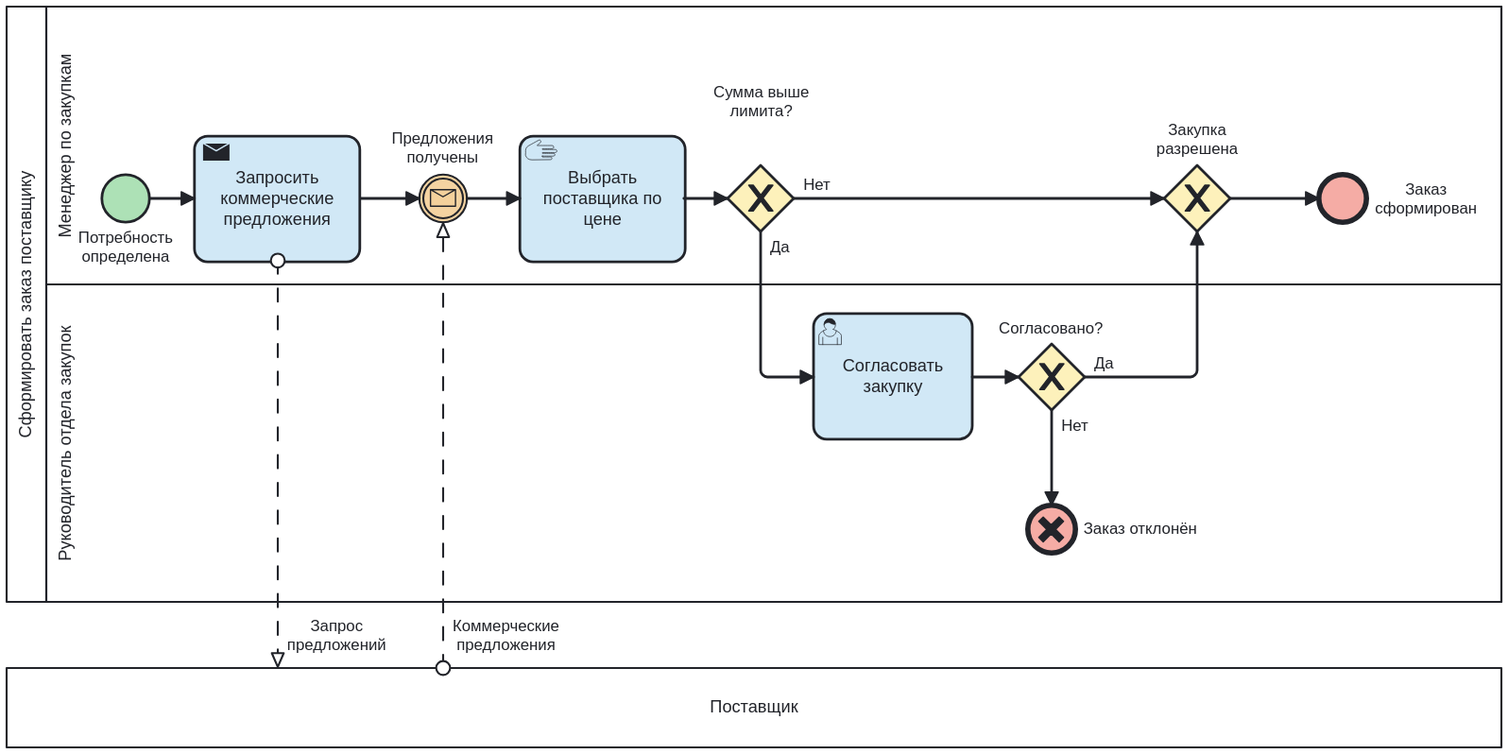
The BPMN diagram img/podbor_as_is.svg in VadFaipin1/sppr-vybor-postavshchika, before a commit. Its source is kept beside it as bpmn/podbor_as_is.bpmn. Ids are renumbered.
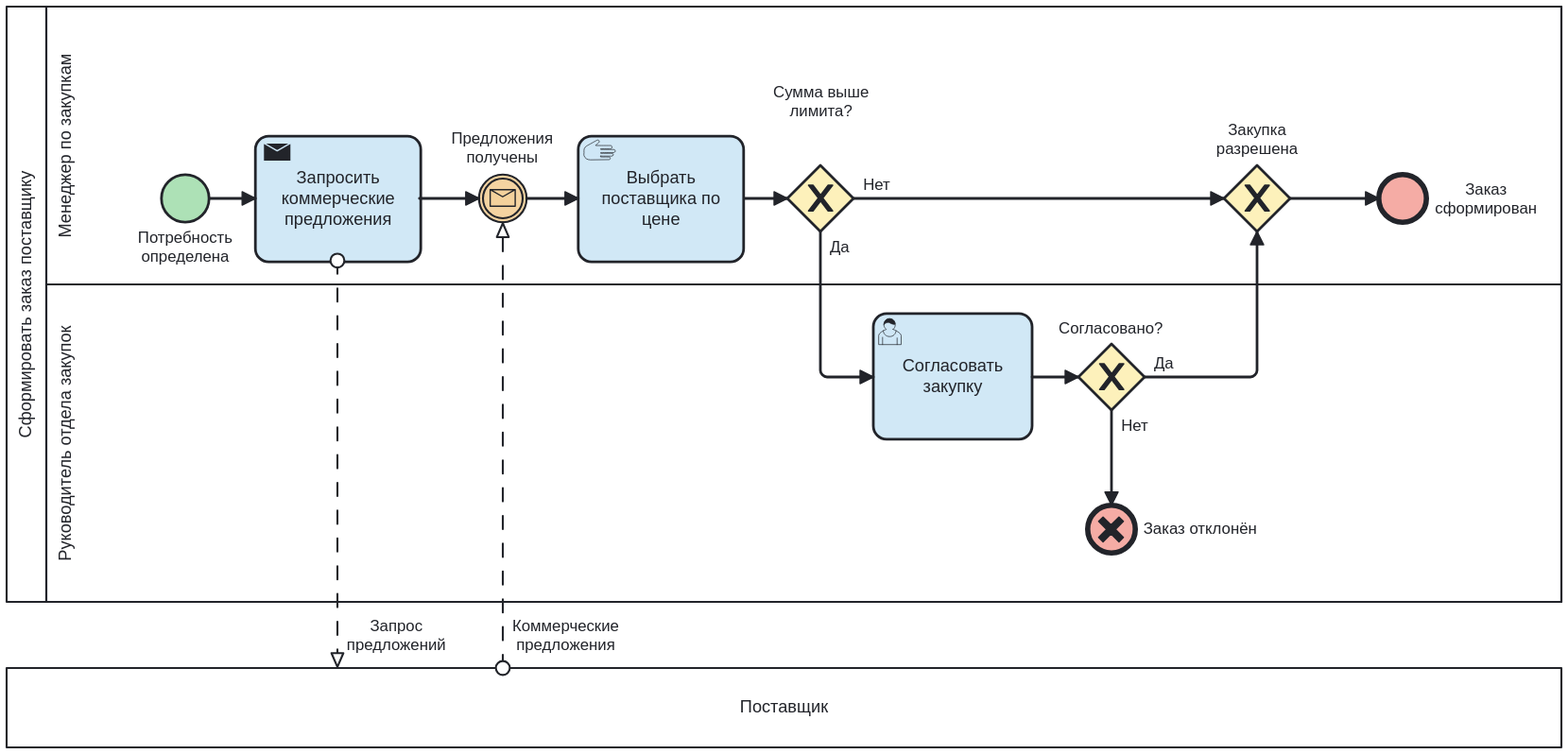
After the change.

What changed in the source:
```diff
@@ -33,32 +33,32 @@
 </bpmn:process>
 <bpmndi:BPMNDiagram id="BPMNDiagram_podbor_as_is">
 <bpmndi:BPMNPlane id="BPMNPlane_podbor_as_is" bpmnElement="Collaboration_podbor_as_is">
-<bpmndi:BPMNShape id="Participant_01_di" bpmnElement="Participant_01" isHorizontal="true"><dc:Bounds x="0" y="0" width="1130" height="450" /></bpmndi:BPMNShape>
-<bpmndi:BPMNShape id="Lane_03_di" bpmnElement="Lane_03" isHorizontal="true"><dc:Bounds x="30" y="0" width="1100" height="210" /></bpmndi:BPMNShape>
-<bpmndi:BPMNShape id="Lane_04_di" bpmnElement="Lane_04" isHorizontal="true"><dc:Bounds x="30" y="210" width="1100" height="240" /></bpmndi:BPMNShape>
-<bpmndi:BPMNShape id="Participant_05_di" bpmnElement="Participant_05" isHorizontal="true"><dc:Bounds x="0" y="500" width="1130" height="60" /></bpmndi:BPMNShape>
-<bpmndi:BPMNShape bioc:fill="#a9e0b3" color:background-color="#a9e0b3" id="Event_06_di" bpmnElement="Event_06"><dc:Bounds x="72" y="127" width="36" height="36" /><bpmndi:BPMNLabel><dc:Bounds x="54" y="168" width="72" height="29" /></bpmndi:BPMNLabel></bpmndi:BPMNShape>
-<bpmndi:BPMNShape bioc:fill="#cfe7f6" color:background-color="#cfe7f6" id="Activity_07_di" bpmnElement="Activity_07"><dc:Bounds x="142" y="98" width="125" height="95" /></bpmndi:BPMNShape>
-<bpmndi:BPMNShape bioc:fill="#f4d19c" color:background-color="#f4d19c" id="Event_08_di" bpmnElement="Event_08"><dc:Bounds x="312" y="127" width="36" height="36" /><bpmndi:BPMNLabel><dc:Bounds x="291" y="93" width="77" height="29" /></bpmndi:BPMNLabel></bpmndi:BPMNShape>
-<bpmndi:BPMNShape bioc:fill="#cfe7f6" color:background-color="#cfe7f6" id="Activity_10_di" bpmnElement="Activity_10"><dc:Bounds x="388" y="98" width="125" height="95" /></bpmndi:BPMNShape>
-<bpmndi:BPMNShape bioc:fill="#fdf1b8" color:background-color="#fdf1b8" id="Gateway_11_di" bpmnElement="Gateway_11" isMarkerVisible="true"><dc:Bounds x="545" y="120" width="50" height="50" /><bpmndi:BPMNLabel><dc:Bounds x="534" y="58" width="72" height="29" /></bpmndi:BPMNLabel></bpmndi:BPMNShape>
-<bpmndi:BPMNShape bioc:fill="#cfe7f6" color:background-color="#cfe7f6" id="Activity_12_di" bpmnElement="Activity_12"><dc:Bounds x="610" y="232" width="120" height="95" /></bpmndi:BPMNShape>
-<bpmndi:BPMNShape bioc:fill="#fdf1b8" color:background-color="#fdf1b8" id="Gateway_13_di" bpmnElement="Gateway_13" isMarkerVisible="true"><dc:Bounds x="765" y="255" width="50" height="50" /><bpmndi:BPMNLabel><dc:Bounds x="750" y="236" width="79" height="14" /></bpmndi:BPMNLabel></bpmndi:BPMNShape>
-<bpmndi:BPMNShape bioc:fill="#f5a8a1" color:background-color="#f5a8a1" id="Event_14_di" bpmnElement="Event_14"><dc:Bounds x="772" y="377" width="36" height="36" /><bpmndi:BPMNLabel><dc:Bounds x="814" y="388" width="86" height="14" /></bpmndi:BPMNLabel></bpmndi:BPMNShape>
-<bpmndi:BPMNShape bioc:fill="#fdf1b8" color:background-color="#fdf1b8" id="Gateway_16_di" bpmnElement="Gateway_16" isMarkerVisible="true"><dc:Bounds x="875" y="120" width="50" height="50" /><bpmndi:BPMNLabel><dc:Bounds x="869" y="86" width="62" height="29" /></bpmndi:BPMNLabel></bpmndi:BPMNShape>
-<bpmndi:BPMNShape bioc:fill="#f5a8a1" color:background-color="#f5a8a1" id="Event_17_di" bpmnElement="Event_17"><dc:Bounds x="992" y="127" width="36" height="36" /><bpmndi:BPMNLabel><dc:Bounds x="1034" y="131" width="77" height="29" /></bpmndi:BPMNLabel></bpmndi:BPMNShape>
-<bpmndi:BPMNEdge id="Flow_18_di" bpmnElement="Flow_18"><di:waypoint x="108" y="145" /><di:waypoint x="142" y="145" /></bpmndi:BPMNEdge>
-<bpmndi:BPMNEdge id="Flow_19_di" bpmnElement="Flow_19"><di:waypoint x="268" y="145" /><di:waypoint x="312" y="145" /></bpmndi:BPMNEdge>
-<bpmndi:BPMNEdge id="Flow_20_di" bpmnElement="Flow_20"><di:waypoint x="348" y="145" /><di:waypoint x="388" y="145" /></bpmndi:BPMNEdge>
-<bpmndi:BPMNEdge id="Flow_21_di" bpmnElement="Flow_21"><di:waypoint x="512" y="145" /><di:waypoint x="545" y="145" /></bpmndi:BPMNEdge>
-<bpmndi:BPMNEdge id="Flow_22_di" bpmnElement="Flow_22"><di:waypoint x="570" y="170" /><di:waypoint x="570" y="280" /><di:waypoint x="610" y="280" /><bpmndi:BPMNLabel><dc:Bounds x="576" y="175" width="17" height="14" /></bpmndi:BPMNLabel></bpmndi:BPMNEdge>
-<bpmndi:BPMNEdge id="Flow_23_di" bpmnElement="Flow_23"><di:waypoint x="730" y="280" /><di:waypoint x="765" y="280" /></bpmndi:BPMNEdge>
-<bpmndi:BPMNEdge id="Flow_24_di" bpmnElement="Flow_24"><di:waypoint x="790" y="305" /><di:waypoint x="790" y="377" /><bpmndi:BPMNLabel><dc:Bounds x="796" y="310" width="23" height="14" /></bpmndi:BPMNLabel></bpmndi:BPMNEdge>
-<bpmndi:BPMNEdge id="Flow_25_di" bpmnElement="Flow_25"><di:waypoint x="815" y="280" /><di:waypoint x="900" y="280" /><di:waypoint x="900" y="170" /><bpmndi:BPMNLabel><dc:Bounds x="821" y="263" width="17" height="14" /></bpmndi:BPMNLabel></bpmndi:BPMNEdge>
-<bpmndi:BPMNEdge id="Flow_26_di" bpmnElement="Flow_26"><di:waypoint x="595" y="145" /><di:waypoint x="875" y="145" /><bpmndi:BPMNLabel><dc:Bounds x="601" y="128" width="23" height="14" /></bpmndi:BPMNLabel></bpmndi:BPMNEdge>
-<bpmndi:BPMNEdge id="Flow_27_di" bpmnElement="Flow_27"><di:waypoint x="925" y="145" /><di:waypoint x="992" y="145" /></bpmndi:BPMNEdge>
-<bpmndi:BPMNEdge id="MessageFlow_28_di" bpmnElement="MessageFlow_28"><di:waypoint x="205" y="192" /><di:waypoint x="205" y="500" /><bpmndi:BPMNLabel><dc:Bounds x="211" y="461" width="77" height="29" /></bpmndi:BPMNLabel></bpmndi:BPMNEdge>
-<bpmndi:BPMNEdge id="MessageFlow_29_di" bpmnElement="MessageFlow_29"><di:waypoint x="330" y="500" /><di:waypoint x="330" y="163" /><bpmndi:BPMNLabel><dc:Bounds x="336" y="461" width="83" height="29" /></bpmndi:BPMNLabel></bpmndi:BPMNEdge>
+<bpmndi:BPMNShape id="Participant_01_di" bpmnElement="Participant_01" isHorizontal="true"><dc:Bounds x="0" y="0" width="1175" height="450" /></bpmndi:BPMNShape>
+<bpmndi:BPMNShape id="Lane_03_di" bpmnElement="Lane_03" isHorizontal="true"><dc:Bounds x="30" y="0" width="1145" height="210" /></bpmndi:BPMNShape>
+<bpmndi:BPMNShape id="Lane_04_di" bpmnElement="Lane_04" isHorizontal="true"><dc:Bounds x="30" y="210" width="1145" height="240" /></bpmndi:BPMNShape>
+<bpmndi:BPMNShape id="Participant_05_di" bpmnElement="Participant_05" isHorizontal="true"><dc:Bounds x="0" y="500" width="1175" height="60" /></bpmndi:BPMNShape>
+<bpmndi:BPMNShape bioc:fill="#a9e0b3" color:background-color="#a9e0b3" id="Event_06_di" bpmnElement="Event_06"><dc:Bounds x="117" y="127" width="36" height="36" /><bpmndi:BPMNLabel><dc:Bounds x="99" y="168" width="72" height="29" /></bpmndi:BPMNLabel></bpmndi:BPMNShape>
+<bpmndi:BPMNShape bioc:fill="#cfe7f6" color:background-color="#cfe7f6" id="Activity_07_di" bpmnElement="Activity_07"><dc:Bounds x="188" y="98" width="125" height="95" /></bpmndi:BPMNShape>
+<bpmndi:BPMNShape bioc:fill="#f4d19c" color:background-color="#f4d19c" id="Event_08_di" bpmnElement="Event_08"><dc:Bounds x="357" y="127" width="36" height="36" /><bpmndi:BPMNLabel><dc:Bounds x="336" y="93" width="77" height="29" /></bpmndi:BPMNLabel></bpmndi:BPMNShape>
+<bpmndi:BPMNShape bioc:fill="#cfe7f6" color:background-color="#cfe7f6" id="Activity_10_di" bpmnElement="Activity_10"><dc:Bounds x="432" y="98" width="125" height="95" /></bpmndi:BPMNShape>
+<bpmndi:BPMNShape bioc:fill="#fdf1b8" color:background-color="#fdf1b8" id="Gateway_11_di" bpmnElement="Gateway_11" isMarkerVisible="true"><dc:Bounds x="590" y="120" width="50" height="50" /><bpmndi:BPMNLabel><dc:Bounds x="579" y="58" width="72" height="29" /></bpmndi:BPMNLabel></bpmndi:BPMNShape>
+<bpmndi:BPMNShape bioc:fill="#cfe7f6" color:background-color="#cfe7f6" id="Activity_12_di" bpmnElement="Activity_12"><dc:Bounds x="655" y="232" width="120" height="95" /></bpmndi:BPMNShape>
+<bpmndi:BPMNShape bioc:fill="#fdf1b8" color:background-color="#fdf1b8" id="Gateway_13_di" bpmnElement="Gateway_13" isMarkerVisible="true"><dc:Bounds x="810" y="255" width="50" height="50" /><bpmndi:BPMNLabel><dc:Bounds x="795" y="236" width="79" height="14" /></bpmndi:BPMNLabel></bpmndi:BPMNShape>
+<bpmndi:BPMNShape bioc:fill="#f5a8a1" color:background-color="#f5a8a1" id="Event_14_di" bpmnElement="Event_14"><dc:Bounds x="817" y="377" width="36" height="36" /><bpmndi:BPMNLabel><dc:Bounds x="859" y="388" width="86" height="14" /></bpmndi:BPMNLabel></bpmndi:BPMNShape>
+<bpmndi:BPMNShape bioc:fill="#fdf1b8" color:background-color="#fdf1b8" id="Gateway_16_di" bpmnElement="Gateway_16" isMarkerVisible="true"><dc:Bounds x="920" y="120" width="50" height="50" /><bpmndi:BPMNLabel><dc:Bounds x="914" y="86" width="62" height="29" /></bpmndi:BPMNLabel></bpmndi:BPMNShape>
+<bpmndi:BPMNShape bioc:fill="#f5a8a1" color:background-color="#f5a8a1" id="Event_17_di" bpmnElement="Event_17"><dc:Bounds x="1037" y="127" width="36" height="36" /><bpmndi:BPMNLabel><dc:Bounds x="1079" y="131" width="77" height="29" /></bpmndi:BPMNLabel></bpmndi:BPMNShape>
+<bpmndi:BPMNEdge id="Flow_18_di" bpmnElement="Flow_18"><di:waypoint x="153" y="145" /><di:waypoint x="188" y="145" /></bpmndi:BPMNEdge>
+<bpmndi:BPMNEdge id="Flow_19_di" bpmnElement="Flow_19"><di:waypoint x="312" y="145" /><di:waypoint x="357" y="145" /></bpmndi:BPMNEdge>
+<bpmndi:BPMNEdge id="Flow_20_di" bpmnElement="Flow_20"><di:waypoint x="393" y="145" /><di:waypoint x="432" y="145" /></bpmndi:BPMNEdge>
+<bpmndi:BPMNEdge id="Flow_21_di" bpmnElement="Flow_21"><di:waypoint x="558" y="145" /><di:waypoint x="590" y="145" /></bpmndi:BPMNEdge>
+<bpmndi:BPMNEdge id="Flow_22_di" bpmnElement="Flow_22"><di:waypoint x="615" y="170" /><di:waypoint x="615" y="280" /><di:waypoint x="655" y="280" /><bpmndi:BPMNLabel><dc:Bounds x="621" y="175" width="17" height="14" /></bpmndi:BPMNLabel></bpmndi:BPMNEdge>
+<bpmndi:BPMNEdge id="Flow_23_di" bpmnElement="Flow_23"><di:waypoint x="775" y="280" /><di:waypoint x="810" y="280" /></bpmndi:BPMNEdge>
+<bpmndi:BPMNEdge id="Flow_24_di" bpmnElement="Flow_24"><di:waypoint x="835" y="305" /><di:waypoint x="835" y="377" /><bpmndi:BPMNLabel><dc:Bounds x="841" y="310" width="23" height="14" /></bpmndi:BPMNLabel></bpmndi:BPMNEdge>
+<bpmndi:BPMNEdge id="Flow_25_di" bpmnElement="Flow_25"><di:waypoint x="860" y="280" /><di:waypoint x="945" y="280" /><di:waypoint x="945" y="170" /><bpmndi:BPMNLabel><dc:Bounds x="866" y="263" width="17" height="14" /></bpmndi:BPMNLabel></bpmndi:BPMNEdge>
+<bpmndi:BPMNEdge id="Flow_26_di" bpmnElement="Flow_26"><di:waypoint x="640" y="145" /><di:waypoint x="920" y="145" /><bpmndi:BPMNLabel><dc:Bounds x="646" y="128" width="23" height="14" /></bpmndi:BPMNLabel></bpmndi:BPMNEdge>
+<bpmndi:BPMNEdge id="Flow_27_di" bpmnElement="Flow_27"><di:waypoint x="970" y="145" /><di:waypoint x="1037" y="145" /></bpmndi:BPMNEdge>
+<bpmndi:BPMNEdge id="MessageFlow_28_di" bpmnElement="MessageFlow_28"><di:waypoint x="250" y="192" /><di:waypoint x="250" y="500" /><bpmndi:BPMNLabel><dc:Bounds x="256" y="461" width="77" height="29" /></bpmndi:BPMNLabel></bpmndi:BPMNEdge>
+<bpmndi:BPMNEdge id="MessageFlow_29_di" bpmnElement="MessageFlow_29"><di:waypoint x="375" y="500" /><di:waypoint x="375" y="163" /><bpmndi:BPMNLabel><dc:Bounds x="381" y="461" width="83" height="29" /></bpmndi:BPMNLabel></bpmndi:BPMNEdge>
 </bpmndi:BPMNPlane>
 </bpmndi:BPMNDiagram>
 </bpmn:definitions>
```
